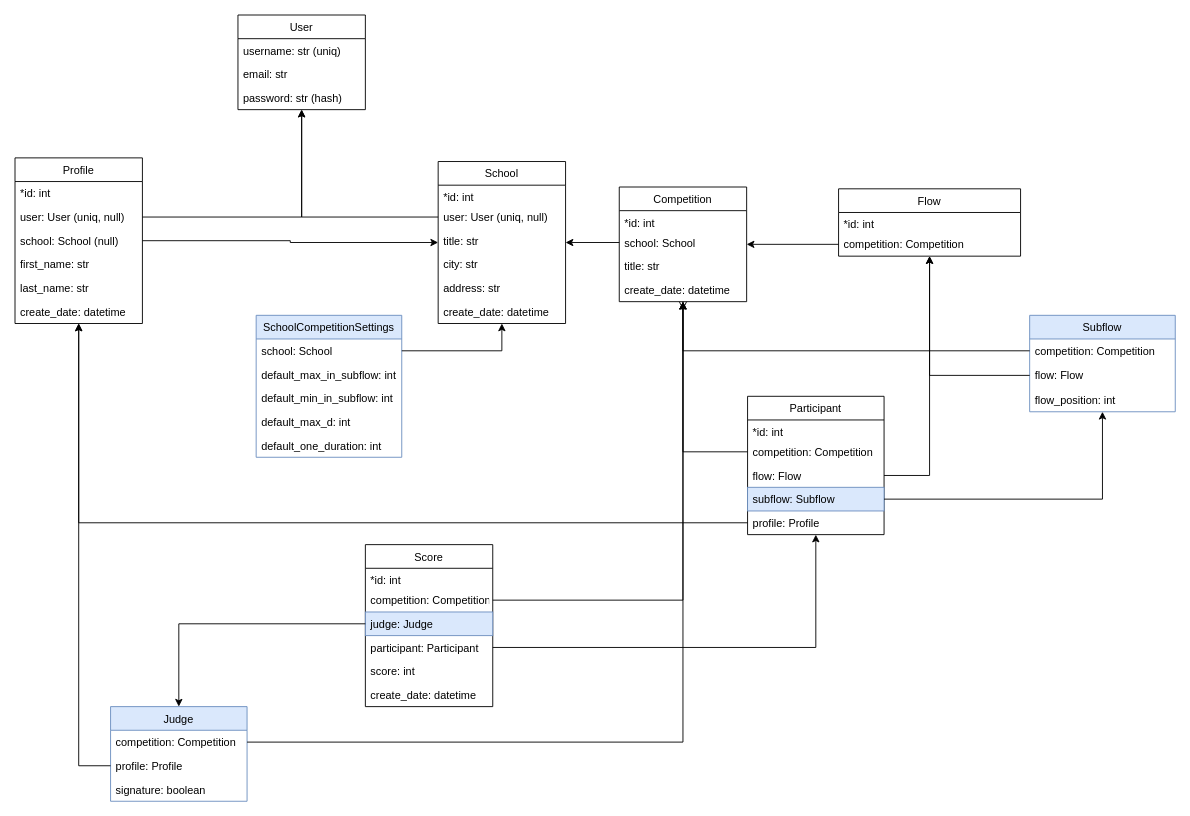
This is page "UML" (1 of 2) of lab_01/БД.drawio from wd055/bmstu_db, a draw.io file, before an edit. Source tidied: cells renumbered, new cells numbered last; positions are measured from the earlier drawing's top-left corner, leaving out a move shared by most shapes. Both pictures are drawn from the tidied source at 91%, with x=0, y=0 at pixel (15, 15).
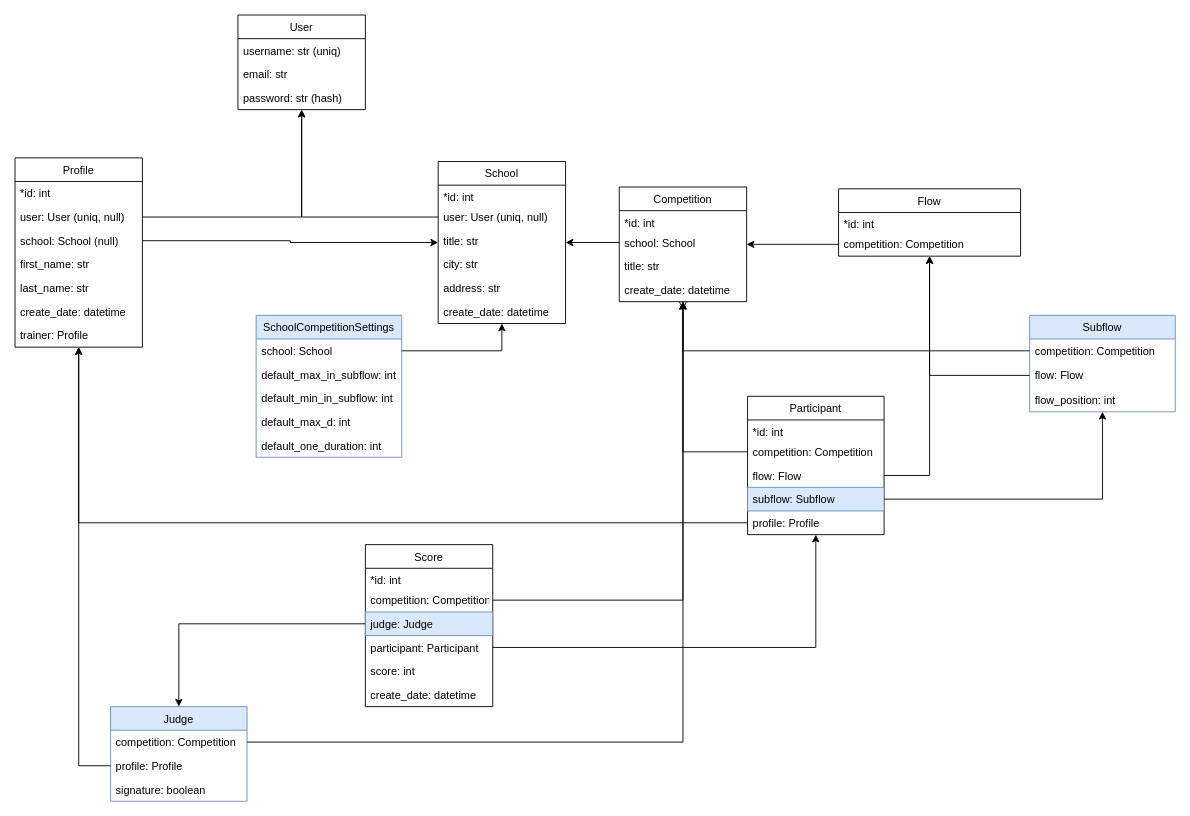
The same page after the edit.

Change to the diagram source:
```diff
@@
     <mxCell id="6" value="Profile" style="swimlane;fontStyle=0;horizontal=1;startSize=26;fillColor=none;" parent="1" vertex="1">
-      <mxGeometry y="157" width="140" height="182" as="geometry" />
+      <mxGeometry y="157" width="140" height="208" as="geometry" />
     </mxCell>
@@
+    <mxCell id="72" value="trainer: Profile" style="text;strokeColor=none;fillColor=none;align=left;verticalAlign=top;spacingLeft=4;spacingRight=4;overflow=hidden;" parent="6" vertex="1">
+      <mxGeometry y="182" width="140" height="26" as="geometry" />
+    </mxCell>
```
